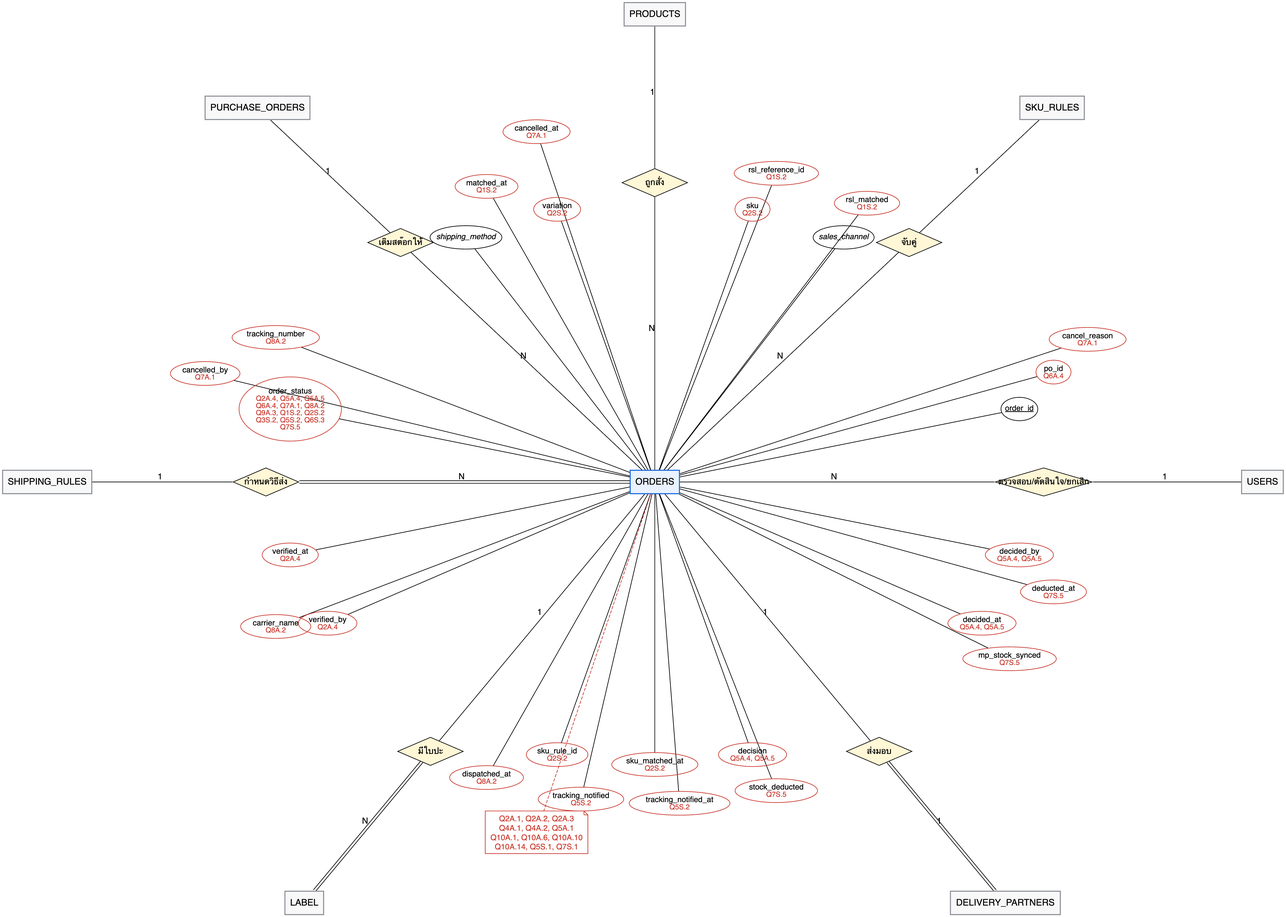
This is 04-chapter2-diagrams-database/diagrams/png/er-query-1.png from xbpkdi/321-sa-proj, a Graphviz export, as it was before one commit. Its source is kept beside it as 04-chapter2-diagrams-database/diagrams/src/er-query-1.dot.
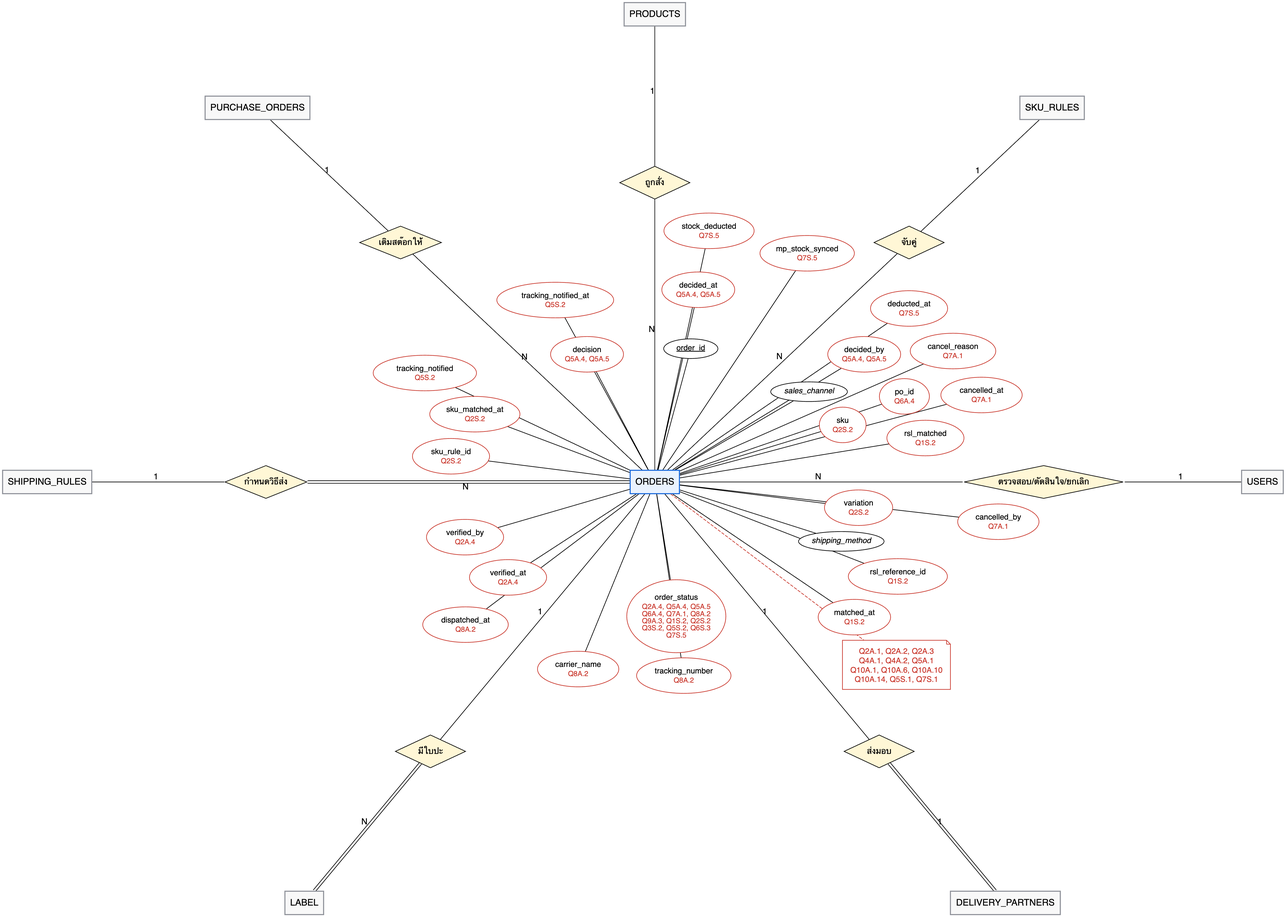
The same file after the commit.

What changed in the source:
```diff
@@ -1,91 +1,91 @@
 graph ER {
   layout=neato; overlap=true; splines=line; outputorder=edgesfirst;
   node [fontname="Helvetica", fontsize=14]; edge [fontname="Helvetica", fontsize=13];
+  "rel0" [pos="0.00,6.40!", shape=diamond, style=filled, fillcolor="#fff7d6", label="ถูกสั่ง", fontsize=13, fixedsize=true, width=1.50, height=0.7];
+  "products" -- "rel0" [label="1"];
+  "rel0" -- "orders" [label="N"];
+  "rel1" [pos="5.44,5.12!", shape=diamond, style=filled, fillcolor="#fff7d6", label="จับคู่", fontsize=13, fixedsize=true, width=1.50, height=0.7];
+  "sku_rules" -- "rel1" [label="1"];
+  "rel1" -- "orders" [label="N"];
+  "rel2" [pos="-5.44,5.12!", shape=diamond, style=filled, fillcolor="#fff7d6", label="เติมสต๊อกให้", fontsize=13, fixedsize=true, width=1.75, height=0.7];
+  "purchase_orders" -- "rel2" [label="1"];
+  "rel2" -- "orders" [label="N"];
+  "rel3" [pos="-8.32,0.00!", shape=diamond, style=filled, fillcolor="#fff7d6", label="กำหนดวิธีส่ง", fontsize=13, fixedsize=true, width=1.75, height=0.7];
+  "shipping_rules" -- "rel3" [label="1"];
+  "rel3" -- "orders" [label="N", color="black:invis:black"];
+  "rel4" [pos="8.32,0.00!", shape=diamond, style=filled, fillcolor="#fff7d6", label="ตรวจสอบ/ตัดสินใจ/ยกเลิก", fontsize=13, fixedsize=true, width=3.40, height=0.7];
+  "users" -- "rel4" [label="1"];
+  "rel4" -- "orders" [label="N"];
+  "rel5" [pos="-4.80,-5.76!", shape=diamond, style=filled, fillcolor="#fff7d6", label="มีใบปะ", fontsize=13, fixedsize=true, width=1.50, height=0.7];
+  "orders" -- "rel5" [label="1"];
+  "rel5" -- "label" [label="N", color="black:invis:black"];
+  "rel6" [pos="4.80,-5.76!", shape=diamond, style=filled, fillcolor="#fff7d6", label="ส่งมอบ", fontsize=13, fixedsize=true, width=1.50, height=0.7];
+  "orders" -- "rel6" [label="1"];
+  "rel6" -- "delivery_partners" [label="1", color="black:invis:black"];
   "users" [pos="13.00,0.00!", shape=box, style="filled", fillcolor="#f8f8f8", color="#8c8f97", penwidth=1.6, label="USERS"];
   "products" [pos="0.00,10.00!", shape=box, style="filled", fillcolor="#f8f8f8", color="#8c8f97", penwidth=1.6, label="PRODUCTS"];
   "sku_rules" [pos="8.50,8.00!", shape=box, style="filled", fillcolor="#f8f8f8", color="#8c8f97", penwidth=1.6, label="SKU_RULES"];
   "purchase_orders" [pos="-8.50,8.00!", shape=box, style="filled", fillcolor="#f8f8f8", color="#8c8f97", penwidth=1.6, label="PURCHASE_ORDERS"];
   "shipping_rules" [pos="-13.00,0.00!", shape=box, style="filled", fillcolor="#f8f8f8", color="#8c8f97", penwidth=1.6, label="SHIPPING_RULES"];
   "orders" [pos="0.00,0.00!", shape=box, style="filled", fillcolor="#e9f2fe", color="#1868db", penwidth=1.6, label="ORDERS"];
-  "orders.order_id" [pos="7.80,1.56!", shape=ellipse, label=<<u>order_id</u>>, fontsize=12, margin="0.04,0.02"];
+  "orders.order_id" [pos="0.77,2.85!", shape=ellipse, style=filled, fillcolor=white, label=<<u>order_id</u>>, fontsize=12, fixedsize=true, width=1.16, height=0.42];
   "orders" -- "orders.order_id";
-  "orders.sales_channel" [pos="4.04,5.23!", shape=ellipse, label=<<i>sales_channel</i>>, fontsize=12, margin="0.04,0.02"];
+  "orders.sales_channel" [pos="3.30,1.93!", shape=ellipse, style=filled, fillcolor=white, label=<<i>sales_channel</i>>, fontsize=12, fixedsize=true, width=1.64, height=0.42];
   "orders" -- "orders.sales_channel";
-  "orders.sku" [pos="2.09,5.83!", shape=ellipse, label=<sku<br/><font color="#c9372c" point-size="11">Q2S.2</font>>, fontsize=12, margin="0.04,0.02", color="#c9372c"];
+  "orders.sku" [pos="4.02,1.22!", shape=ellipse, style=filled, fillcolor=white, label=<sku<br/><font point-size="3"> </font><br/><font color="#c9372c" point-size="11">Q2S.2</font>>, fontsize=12, fixedsize=true, width=1.00, height=0.76, color="#c9372c"];
   "orders" -- "orders.sku";
-  "orders.variation" [pos="-2.09,5.83!", shape=ellipse, label=<variation<br/><font color="#c9372c" point-size="11">Q2S.2</font>>, fontsize=12, margin="0.04,0.02", color="#c9372c"];
+  "orders.variation" [pos="4.36,-0.55!", shape=ellipse, style=filled, fillcolor=white, label=<variation<br/><font point-size="3"> </font><br/><font color="#c9372c" point-size="11">Q2S.2</font>>, fontsize=12, fixedsize=true, width=1.46, height=0.76, color="#c9372c"];
   "orders" -- "orders.variation";
-  "orders.shipping_method" [pos="-4.04,5.23!", shape=ellipse, label=<<i>shipping_method</i>>, fontsize=12, margin="0.04,0.02"];
+  "orders.shipping_method" [pos="3.99,-1.27!", shape=ellipse, style=filled, fillcolor=white, label=<<i>shipping_method</i>>, fontsize=12, fixedsize=true, width=1.83, height=0.42];
   "orders" -- "orders.shipping_method";
-  "orders.order_status" [pos="-7.80,1.56!", shape=ellipse, label=<order_status<br/><font color="#c9372c" point-size="11">Q2A.4, Q5A.4, Q5A.5<br/>Q6A.4, Q7A.1, Q8A.2<br/>Q9A.3, Q1S.2, Q2S.2<br/>Q3S.2, Q5S.2, Q6S.3<br/>Q7S.5</font>>, fontsize=12, margin="0.04,0.02", color="#c9372c"];
+  "orders.order_status" [pos="0.46,-2.87!", shape=ellipse, style=filled, fillcolor=white, label=<order_status<br/><font point-size="3"> </font><br/><font color="#c9372c" point-size="11">Q2A.4, Q5A.4, Q5A.5<br/>Q6A.4, Q7A.1, Q8A.2<br/>Q9A.3, Q1S.2, Q2S.2<br/>Q3S.2, Q5S.2, Q6S.3<br/>Q7S.5</font>>, fontsize=12, fixedsize=true, width=2.12, height=1.56, color="#c9372c"];
   "orders" -- "orders.order_status";
-  "orders.verified_at" [pos="-7.80,-1.56!", shape=ellipse, label=<verified_at<br/><font color="#c9372c" point-size="11">Q2A.4</font>>, fontsize=12, margin="0.04,0.02", color="#c9372c"];
+  "orders.verified_at" [pos="-3.14,-2.04!", shape=ellipse, style=filled, fillcolor=white, label=<verified_at<br/><font point-size="3"> </font><br/><font color="#c9372c" point-size="11">Q2A.4</font>>, fontsize=12, fixedsize=true, width=1.65, height=0.76, color="#c9372c"];
   "orders" -- "orders.verified_at";
-  "orders.verified_by" [pos="-7.00,-3.02!", shape=ellipse, label=<verified_by<br/><font color="#c9372c" point-size="11">Q2A.4</font>>, fontsize=12, margin="0.04,0.02", color="#c9372c"];
+  "orders.verified_by" [pos="-4.06,-1.18!", shape=ellipse, style=filled, fillcolor=white, label=<verified_by<br/><font point-size="3"> </font><br/><font color="#c9372c" point-size="11">Q2A.4</font>>, fontsize=12, fixedsize=true, width=1.65, height=0.76, color="#c9372c"];
   "orders" -- "orders.verified_by";
-  "orders.sku_rule_id" [pos="-2.09,-5.83!", shape=ellipse, label=<sku_rule_id<br/><font color="#c9372c" point-size="11">Q2S.2</font>>, fontsize=12, margin="0.04,0.02", color="#c9372c"];
+  "orders.sku_rule_id" [pos="-4.36,0.55!", shape=ellipse, style=filled, fillcolor=white, label=<sku_rule_id<br/><font point-size="3"> </font><br/><font color="#c9372c" point-size="11">Q2S.2</font>>, fontsize=12, fixedsize=true, width=1.65, height=0.76, color="#c9372c"];
   "orders" -- "orders.sku_rule_id";
-  "orders.sku_matched_at" [pos="-0.00,-6.04!", shape=ellipse, label=<sku_matched_at<br/><font color="#c9372c" point-size="11">Q2S.2</font>>, fontsize=12, margin="0.04,0.02", color="#c9372c"];
+  "orders.sku_matched_at" [pos="-3.85,1.45!", shape=ellipse, style=filled, fillcolor=white, label=<sku_matched_at<br/><font point-size="3"> </font><br/><font color="#c9372c" point-size="11">Q2S.2</font>>, fontsize=12, fixedsize=true, width=1.93, height=0.76, color="#c9372c"];
   "orders" -- "orders.sku_matched_at";
-  "orders.decision" [pos="2.09,-5.83!", shape=ellipse, label=<decision<br/><font color="#c9372c" point-size="11">Q5A.4, Q5A.5</font>>, fontsize=12, margin="0.04,0.02", color="#c9372c"];
+  "orders.decision" [pos="-1.45,2.73!", shape=ellipse, style=filled, fillcolor=white, label=<decision<br/><font point-size="3"> </font><br/><font color="#c9372c" point-size="11">Q5A.4, Q5A.5</font>>, fontsize=12, fixedsize=true, width=1.56, height=0.76, color="#c9372c"];
   "orders" -- "orders.decision";
-  "orders.decided_at" [pos="7.00,-3.02!", shape=ellipse, label=<decided_at<br/><font color="#c9372c" point-size="11">Q5A.4, Q5A.5</font>>, fontsize=12, margin="0.04,0.02", color="#c9372c"];
+  "orders.decided_at" [pos="0.93,4.11!", shape=ellipse, style=filled, fillcolor=white, label=<decided_at<br/><font point-size="3"> </font><br/><font color="#c9372c" point-size="11">Q5A.4, Q5A.5</font>>, fontsize=12, fixedsize=true, width=1.56, height=0.76, color="#c9372c"];
   "orders" -- "orders.decided_at";
-  "orders.decided_by" [pos="7.80,-1.56!", shape=ellipse, label=<decided_by<br/><font color="#c9372c" point-size="11">Q5A.4, Q5A.5</font>>, fontsize=12, margin="0.04,0.02", color="#c9372c"];
+  "orders.decided_by" [pos="4.48,2.73!", shape=ellipse, style=filled, fillcolor=white, label=<decided_by<br/><font point-size="3"> </font><br/><font color="#c9372c" point-size="11">Q5A.4, Q5A.5</font>>, fontsize=12, fixedsize=true, width=1.56, height=0.76, color="#c9372c"];
   "orders" -- "orders.decided_by";
-  "orders.po_id" [pos="8.53,2.35!", shape=ellipse, label=<po_id<br/><font color="#c9372c" point-size="11">Q6A.4</font>>, fontsize=12, margin="0.04,0.02", color="#c9372c"];
+  "orders.po_id" [pos="5.34,1.83!", shape=ellipse, style=filled, fillcolor=white, label=<po_id<br/><font point-size="3"> </font><br/><font color="#c9372c" point-size="11">Q6A.4</font>>, fontsize=12, fixedsize=true, width=1.07, height=0.76, color="#c9372c"];
   "orders" -- "orders.po_id";
-  "orders.rsl_matched" [pos="4.54,5.96!", shape=ellipse, label=<rsl_matched<br/><font color="#c9372c" point-size="11">Q1S.2</font>>, fontsize=12, margin="0.04,0.02", color="#c9372c"];
+  "orders.rsl_matched" [pos="5.79,0.94!", shape=ellipse, style=filled, fillcolor=white, label=<rsl_matched<br/><font point-size="3"> </font><br/><font color="#c9372c" point-size="11">Q1S.2</font>>, fontsize=12, fixedsize=true, width=1.65, height=0.76, color="#c9372c"];
   "orders" -- "orders.rsl_matched";
-  "orders.rsl_reference_id" [pos="2.60,6.60!", shape=ellipse, label=<rsl_reference_id<br/><font color="#c9372c" point-size="11">Q1S.2</font>>, fontsize=12, margin="0.04,0.02", color="#c9372c"];
+  "orders.rsl_reference_id" [pos="5.20,-2.02!", shape=ellipse, style=filled, fillcolor=white, label=<rsl_reference_id<br/><font point-size="3"> </font><br/><font color="#c9372c" point-size="11">Q1S.2</font>>, fontsize=12, fixedsize=true, width=2.12, height=0.76, color="#c9372c"];
   "orders" -- "orders.rsl_reference_id";
-  "orders.matched_at" [pos="-3.60,6.32!", shape=ellipse, label=<matched_at<br/><font color="#c9372c" point-size="11">Q1S.2</font>>, fontsize=12, margin="0.04,0.02", color="#c9372c"];
+  "orders.matched_at" [pos="4.27,-2.89!", shape=ellipse, style=filled, fillcolor=white, label=<matched_at<br/><font point-size="3"> </font><br/><font color="#c9372c" point-size="11">Q1S.2</font>>, fontsize=12, fixedsize=true, width=1.55, height=0.76, color="#c9372c"];
   "orders" -- "orders.matched_at";
-  "orders.tracking_number" [pos="-8.11,3.09!", shape=ellipse, label=<tracking_number<br/><font color="#c9372c" point-size="11">Q8A.2</font>>, fontsize=12, margin="0.04,0.02", color="#c9372c"];
+  "orders.tracking_number" [pos="0.62,-4.14!", shape=ellipse, style=filled, fillcolor=white, label=<tracking_number<br/><font point-size="3"> </font><br/><font color="#c9372c" point-size="11">Q8A.2</font>>, fontsize=12, fixedsize=true, width=2.02, height=0.76, color="#c9372c"];
   "orders" -- "orders.tracking_number";
-  "orders.carrier_name" [pos="-8.11,-3.09!", shape=ellipse, label=<carrier_name<br/><font color="#c9372c" point-size="11">Q8A.2</font>>, fontsize=12, margin="0.04,0.02", color="#c9372c"];
+  "orders.carrier_name" [pos="-1.64,-4.00!", shape=ellipse, style=filled, fillcolor=white, label=<carrier_name<br/><font point-size="3"> </font><br/><font color="#c9372c" point-size="11">Q8A.2</font>>, fontsize=12, fixedsize=true, width=1.74, height=0.76, color="#c9372c"];
   "orders" -- "orders.carrier_name";
-  "orders.dispatched_at" [pos="-3.60,-6.32!", shape=ellipse, label=<dispatched_at<br/><font color="#c9372c" point-size="11">Q8A.2</font>>, fontsize=12, margin="0.04,0.02", color="#c9372c"];
+  "orders.dispatched_at" [pos="-4.05,-3.05!", shape=ellipse, style=filled, fillcolor=white, label=<dispatched_at<br/><font point-size="3"> </font><br/><font color="#c9372c" point-size="11">Q8A.2</font>>, fontsize=12, fixedsize=true, width=1.83, height=0.76, color="#c9372c"];
   "orders" -- "orders.dispatched_at";
-  "orders.tracking_notified" [pos="-1.58,-6.78!", shape=ellipse, label=<tracking_notified<br/><font color="#c9372c" point-size="11">Q5S.2</font>>, fontsize=12, margin="0.04,0.02", color="#c9372c"];
+  "orders.tracking_notified" [pos="-4.92,2.33!", shape=ellipse, style=filled, fillcolor=white, label=<tracking_notified<br/><font point-size="3"> </font><br/><font color="#c9372c" point-size="11">Q5S.2</font>>, fontsize=12, fixedsize=true, width=2.21, height=0.76, color="#c9372c"];
   "orders" -- "orders.tracking_notified";
-  "orders.tracking_notified_at" [pos="0.53,-6.87!", shape=ellipse, label=<tracking_notified_at<br/><font color="#c9372c" point-size="11">Q5S.2</font>>, fontsize=12, margin="0.04,0.02", color="#c9372c"];
+  "orders.tracking_notified_at" [pos="-2.13,3.89!", shape=ellipse, style=filled, fillcolor=white, label=<tracking_notified_at<br/><font point-size="3"> </font><br/><font color="#c9372c" point-size="11">Q5S.2</font>>, fontsize=12, fixedsize=true, width=2.50, height=0.76, color="#c9372c"];
   "orders" -- "orders.tracking_notified_at";
-  "orders.stock_deducted" [pos="2.60,-6.60!", shape=ellipse, label=<stock_deducted<br/><font color="#c9372c" point-size="11">Q7S.5</font>>, fontsize=12, margin="0.04,0.02", color="#c9372c"];
+  "orders.stock_deducted" [pos="1.16,5.37!", shape=ellipse, style=filled, fillcolor=white, label=<stock_deducted<br/><font point-size="3"> </font><br/><font color="#c9372c" point-size="11">Q7S.5</font>>, fontsize=12, fixedsize=true, width=1.93, height=0.76, color="#c9372c"];
   "orders" -- "orders.stock_deducted";
-  "orders.mp_stock_synced" [pos="7.59,-3.78!", shape=ellipse, label=<mp_stock_synced<br/><font color="#c9372c" point-size="11">Q7S.5</font>>, fontsize=12, margin="0.04,0.02", color="#c9372c"];
+  "orders.mp_stock_synced" [pos="3.26,4.89!", shape=ellipse, style=filled, fillcolor=white, label=<mp_stock_synced<br/><font point-size="3"> </font><br/><font color="#c9372c" point-size="11">Q7S.5</font>>, fontsize=12, fixedsize=true, width=2.02, height=0.76, color="#c9372c"];
   "orders" -- "orders.mp_stock_synced";
-  "orders.deducted_at" [pos="8.53,-2.35!", shape=ellipse, label=<deducted_at<br/><font color="#c9372c" point-size="11">Q7S.5</font>>, fontsize=12, margin="0.04,0.02", color="#c9372c"];
+  "orders.deducted_at" [pos="5.44,3.71!", shape=ellipse, style=filled, fillcolor=white, label=<deducted_at<br/><font point-size="3"> </font><br/><font color="#c9372c" point-size="11">Q7S.5</font>>, fontsize=12, fixedsize=true, width=1.65, height=0.76, color="#c9372c"];
   "orders" -- "orders.deducted_at";
-  "orders.cancel_reason" [pos="9.26,3.05!", shape=ellipse, label=<cancel_reason<br/><font color="#c9372c" point-size="11">Q7A.1</font>>, fontsize=12, margin="0.04,0.02", color="#c9372c"];
+  "orders.cancel_reason" [pos="6.38,2.80!", shape=ellipse, style=filled, fillcolor=white, label=<cancel_reason<br/><font point-size="3"> </font><br/><font color="#c9372c" point-size="11">Q7A.1</font>>, fontsize=12, fixedsize=true, width=1.83, height=0.76, color="#c9372c"];
   "orders" -- "orders.cancel_reason";
-  "orders.cancelled_at" [pos="-2.53,7.49!", shape=ellipse, label=<cancelled_at<br/><font color="#c9372c" point-size="11">Q7A.1</font>>, fontsize=12, margin="0.04,0.02", color="#c9372c"];
+  "orders.cancelled_at" [pos="6.99,1.86!", shape=ellipse, style=filled, fillcolor=white, label=<cancelled_at<br/><font point-size="3"> </font><br/><font color="#c9372c" point-size="11">Q7A.1</font>>, fontsize=12, fixedsize=true, width=1.74, height=0.76, color="#c9372c"];
   "orders" -- "orders.cancelled_at";
-  "orders.cancelled_by" [pos="-9.62,2.32!", shape=ellipse, label=<cancelled_by<br/><font color="#c9372c" point-size="11">Q7A.1</font>>, fontsize=12, margin="0.04,0.02", color="#c9372c"];
+  "orders.cancelled_by" [pos="7.35,-0.85!", shape=ellipse, style=filled, fillcolor=white, label=<cancelled_by<br/><font point-size="3"> </font><br/><font color="#c9372c" point-size="11">Q7A.1</font>>, fontsize=12, fixedsize=true, width=1.74, height=0.76, color="#c9372c"];
   "orders" -- "orders.cancelled_by";
-  "orders.__q" [pos="-2.53,-7.49!", shape=note, color="#c9372c", fontcolor="#c9372c", fontsize=12, label=<Q2A.1, Q2A.2, Q2A.3<br/>Q4A.1, Q4A.2, Q5A.1<br/>Q10A.1, Q10A.6, Q10A.10<br/>Q10A.14, Q5S.1, Q7S.1>];
+  "orders.__q" [pos="5.17,-3.91!", shape=note, color="#c9372c", fontcolor="#c9372c", fontsize=12, fixedsize=true, width=2.31, height=1.05, style=filled, fillcolor=white, label=<Q2A.1, Q2A.2, Q2A.3<br/>Q4A.1, Q4A.2, Q5A.1<br/>Q10A.1, Q10A.6, Q10A.10<br/>Q10A.14, Q5S.1, Q7S.1>];
   "orders" -- "orders.__q" [style=dashed, color="#c9372c"];
   "label" [pos="-7.50,-9.00!", shape=box, style="filled", fillcolor="#f8f8f8", color="#8c8f97", penwidth=1.6, label="LABEL"];
   "delivery_partners" [pos="7.50,-9.00!", shape=box, style="filled", fillcolor="#f8f8f8", color="#8c8f97", penwidth=1.6, label="DELIVERY_PARTNERS"];
-  "rel0" [pos="0.00,6.40!", shape=diamond, style=filled, fillcolor="#fff7d6", label="ถูกสั่ง", fontsize=13, fixedsize=true, width=1.40, height=0.6];
-  "products" -- "rel0" [label="1"];
-  "rel0" -- "orders" [label="N"];
-  "rel1" [pos="5.44,5.12!", shape=diamond, style=filled, fillcolor="#fff7d6", label="จับคู่", fontsize=13, fixedsize=true, width=1.40, height=0.6];
-  "sku_rules" -- "rel1" [label="1"];
-  "rel1" -- "orders" [label="N"];
-  "rel2" [pos="-5.44,5.12!", shape=diamond, style=filled, fillcolor="#fff7d6", label="เติมสต๊อกให้", fontsize=13, fixedsize=true, width=1.40, height=0.6];
-  "purchase_orders" -- "rel2" [label="1"];
-  "rel2" -- "orders" [label="N"];
-  "rel3" [pos="-8.32,0.00!", shape=diamond, style=filled, fillcolor="#fff7d6", label="กำหนดวิธีส่ง", fontsize=13, fixedsize=true, width=1.40, height=0.6];
-  "shipping_rules" -- "rel3" [label="1"];
-  "rel3" -- "orders" [label="N", color="black:invis:black"];
-  "rel4" [pos="8.32,0.00!", shape=diamond, style=filled, fillcolor="#fff7d6", label="ตรวจสอบ/ตัดสินใจ/ยกเลิก", fontsize=13, fixedsize=true, width=2.07, height=0.6];
-  "users" -- "rel4" [label="1"];
-  "rel4" -- "orders" [label="N"];
-  "rel5" [pos="-4.80,-5.76!", shape=diamond, style=filled, fillcolor="#fff7d6", label="มีใบปะ", fontsize=13, fixedsize=true, width=1.40, height=0.6];
-  "orders" -- "rel5" [label="1"];
-  "rel5" -- "label" [label="N", color="black:invis:black"];
-  "rel6" [pos="4.80,-5.76!", shape=diamond, style=filled, fillcolor="#fff7d6", label="ส่งมอบ", fontsize=13, fixedsize=true, width=1.40, height=0.6];
-  "orders" -- "rel6" [label="1"];
-  "rel6" -- "delivery_partners" [label="1", color="black:invis:black"];
 }
```
